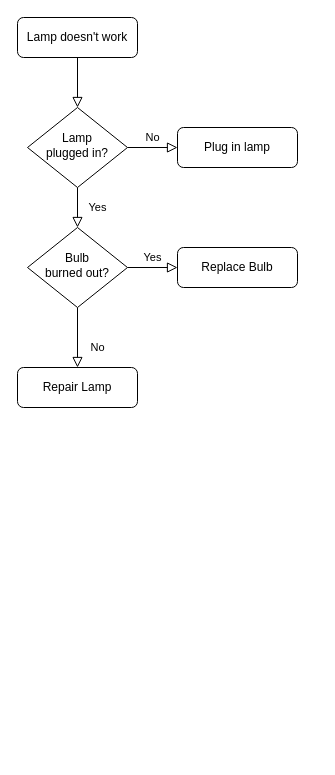
vinhngocle/RabbitMQ_Example_NET keeps this draw.io diagram as Untitled Diagram.drawio. Above is the earlier version. Source tidied: cells renumbered, new cells numbered last; positions are measured from the earlier drawing's top-left corner, leaving out a move shared by most shapes. Both pictures are drawn from the tidied source at 100%, with x=0, y=0 at pixel (17, 17).
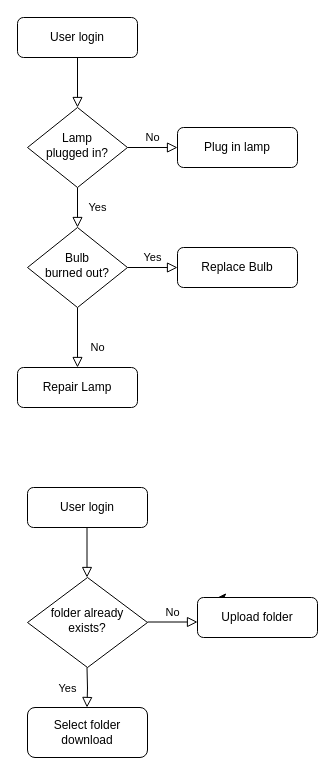
The same diagram, later.

Commit message:
Download Folder Diagram.drawio

The edit, as a diff of the source:
```diff
@@
-    <mxCell id="3" value="Lamp doesn't work" style="rounded=1;whiteSpace=wrap;html=1;fontSize=12;glass=0;strokeWidth=1;shadow=0;" parent="1" vertex="1">
+    <mxCell id="3" value="User login" style="rounded=1;whiteSpace=wrap;html=1;fontSize=12;glass=0;strokeWidth=1;shadow=0;" parent="1" vertex="1">
       <mxGeometry width="120" height="40" as="geometry" />
     </mxCell>
@@
+    <mxCell id="13" value="User login" style="rounded=1;whiteSpace=wrap;html=1;fontSize=12;glass=0;strokeWidth=1;shadow=0;" parent="1" vertex="1">
+      <mxGeometry x="10" y="470" width="120" height="40" as="geometry" />
+    </mxCell>
+    <mxCell id="14" value="Select folder download" style="rounded=1;whiteSpace=wrap;html=1;fontSize=12;glass=0;strokeWidth=1;shadow=0;" parent="1" vertex="1">
+      <mxGeometry x="10" y="690" width="120" height="50" as="geometry" />
+    </mxCell>
+    <mxCell id="15" style="edgeStyle=orthogonalEdgeStyle;rounded=0;jettySize=auto;html=1;exitX=0.25;exitY=0;exitDx=0;exitDy=0;" parent="1" edge="1" source="16">
+      <mxGeometry relative="1" as="geometry">
+        <mxPoint x="200" y="580" as="targetPoint" />
+      </mxGeometry>
+    </mxCell>
+    <mxCell id="16" value="Upload folder" style="rounded=1;whiteSpace=wrap;html=1;fontSize=12;glass=0;strokeWidth=1;shadow=0;" parent="1" vertex="1">
+      <mxGeometry x="180" y="580" width="120" height="40" as="geometry" />
+    </mxCell>
+    <mxCell id="17" value="folder already exists?" style="rhombus;whiteSpace=wrap;html=1;shadow=0;fontFamily=Helvetica;fontSize=12;align=center;strokeWidth=1;spacing=6;spacingTop=-4;" parent="1" vertex="1">
+      <mxGeometry x="10" y="560" width="120" height="90" as="geometry" />
+    </mxCell>
+    <mxCell id="18" value="No" style="edgeStyle=orthogonalEdgeStyle;rounded=0;html=1;jettySize=auto;orthogonalLoop=1;fontSize=11;endArrow=block;endFill=0;endSize=8;strokeWidth=1;shadow=0;labelBackgroundColor=none;" parent="1" edge="1">
+      <mxGeometry y="10" relative="1" as="geometry">
+        <mxPoint x="130" y="604.5" as="sourcePoint" />
+        <mxPoint x="180" y="604.5" as="targetPoint" />
+      </mxGeometry>
+    </mxCell>
+    <mxCell id="19" style="rounded=0;html=1;jettySize=auto;orthogonalLoop=1;fontSize=11;endArrow=block;endFill=0;endSize=8;strokeWidth=1;shadow=0;labelBackgroundColor=none;edgeStyle=orthogonalEdgeStyle;" parent="1" edge="1">
+      <mxGeometry relative="1" as="geometry">
+        <mxPoint x="69.5" y="510" as="sourcePoint" />
+        <mxPoint x="69.5" y="560" as="targetPoint" />
+      </mxGeometry>
+    </mxCell>
+    <mxCell id="20" value="Yes" style="rounded=0;html=1;jettySize=auto;orthogonalLoop=1;fontSize=11;endArrow=block;endFill=0;endSize=8;strokeWidth=1;shadow=0;labelBackgroundColor=none;edgeStyle=orthogonalEdgeStyle;" parent="1" edge="1">
+      <mxGeometry y="20" relative="1" as="geometry">
+        <mxPoint x="69.5" y="650" as="sourcePoint" />
+        <mxPoint x="69.5" y="690" as="targetPoint" />
+      </mxGeometry>
+    </mxCell>
```
